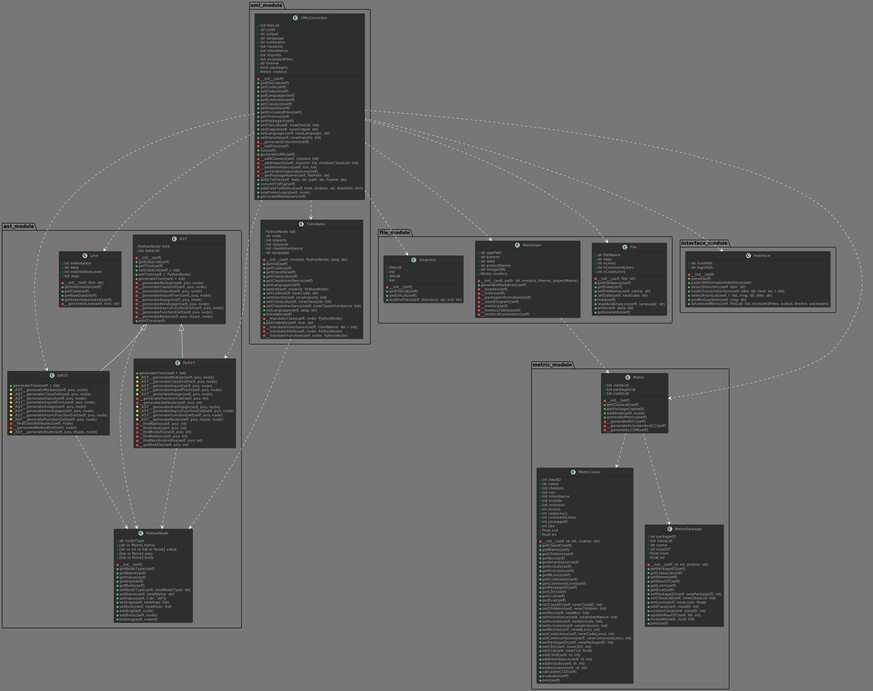
Before: outputs/projectUML.png, a diagram exported from PlantUML (AdrianEpi/UMLConverter).
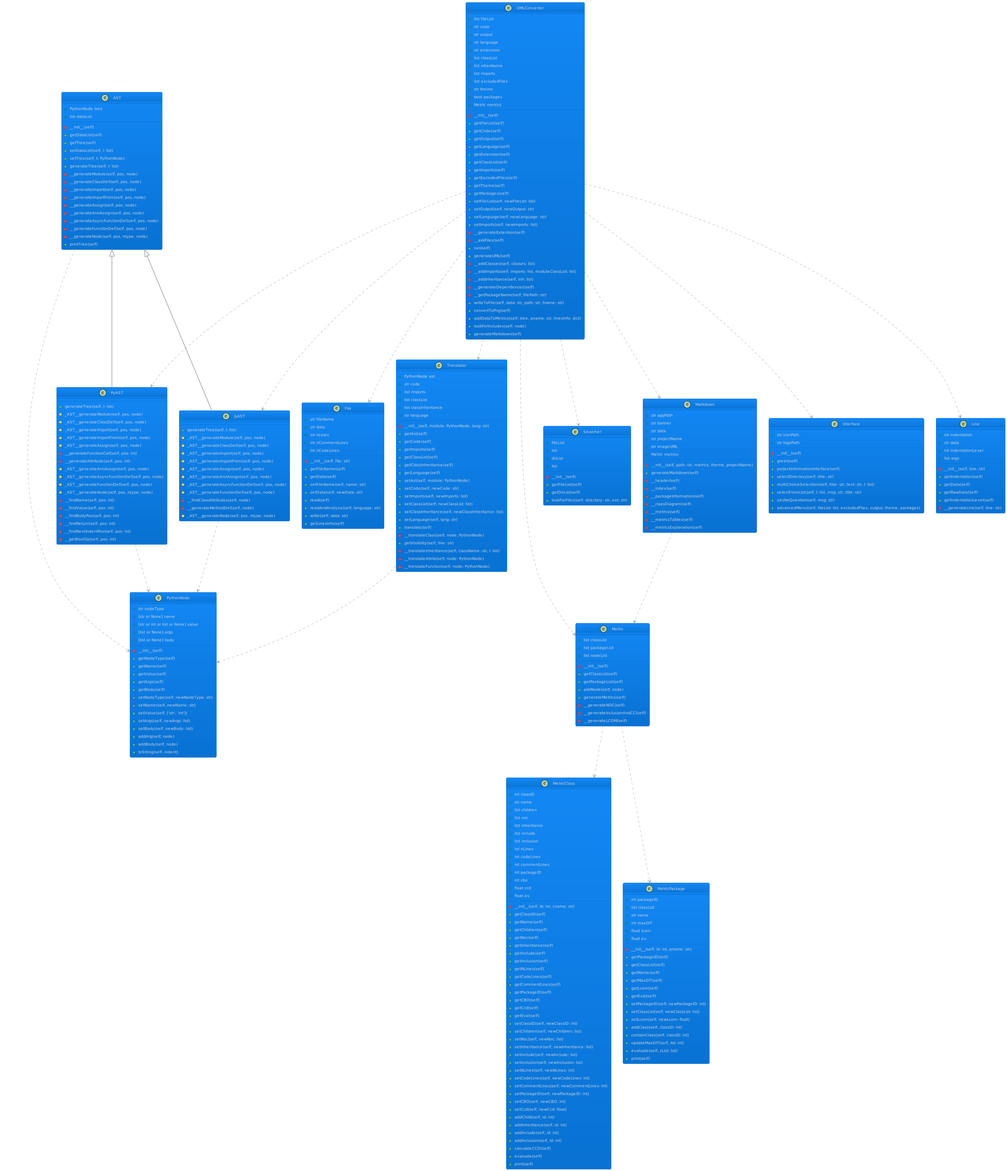
The same file after the commit.

Change to the diagram source:
```diff
@@ -1,7 +1,5 @@
 @startuml
-!theme reddress-darkblue
-package ast_module {
-
+!theme cloudscape-design
 
 class AST {
     + PythonNode tree
@@ -24,10 +22,6 @@
     + printTree(self)
 }
 
-}
-
-package ast_module {
-
 AST <|-- JsAST
 class JsAST {
     + generateTree(self, l: list)
@@ -44,10 +38,6 @@
     # _AST__generateNode(self, pos, ntype, node)
 }
 
-}
-
-package ast_module {
-
 class Line {
     + int indentation
     + str data
@@ -60,10 +50,6 @@
     + getIndentationLevel(self)
     - __generateLine(self, line: str)
 }
-
-}
-
-package ast_module {
 
 AST <|-- PyAST
 class PyAST {
@@ -87,10 +73,6 @@
     - __getBoolOp(self, pos: int)
 }
 
-}
-
-package ast_module {
-
 class PythonNode {
     + str nodeType
     + [str or None] name
@@ -113,10 +95,6 @@
     + toString(self, indent)
 }
 
-}
-
-package file_module {
-
 class File {
     + str fileName
     + str data
@@ -133,10 +111,6 @@
     + write(self, data: str)
     + getLinesInfo(self)
 }
-
-}
-
-package file_module {
 
 class Markdown {
     + str appPath
@@ -156,10 +130,6 @@
     - __metricsExplanation(self)
 }
 
-}
-
-package file_module {
-
 class Searcher {
     + fileList
     + list
@@ -170,10 +140,6 @@
     + getDirList(self)
     + lookForFiles(self, directory: str, ext: str)
 }
-
-}
-
-package interface_module {
 
 class Interface {
     + str iconPath
@@ -188,10 +154,6 @@
     + advancedMenu(self, fileList: list, excludedFiles, output, theme, packages)
 }
 
-}
-
-package metric_module {
-
 class Metric {
     + list classList
     + list packageList
@@ -205,10 +167,6 @@
     - __generateInclusionAndCC(self)
     - __generateLCOM(self)
 }
-
-}
-
-package metric_module {
 
 class MetricClass {
     + int classID
@@ -261,10 +219,6 @@
     + print(self)
 }
 
-}
-
-package metric_module {
-
 class MetricPackage {
     + int packageID
     + list classList
@@ -288,10 +242,6 @@
     + evaluate(self, cList: list)
     + print(self)
 }
-
-}
-
-package uml_module {
 
 class Translator {
     + PythonNode ast
@@ -320,10 +270,6 @@
     - __translateAttrib(self, node: PythonNode)
     - __translateFunction(self, node: PythonNode)
 }
-
-}
-
-package uml_module {
 
 class UMLConverter {
     + list fileList
@@ -369,8 +315,6 @@
     + generateMarkdown(self)
 }
 
-}
-
 AST --> PythonNode #line.dashed
 JsAST --> PythonNode #line.dashed
 PyAST --> PythonNode #line.dashed
```
